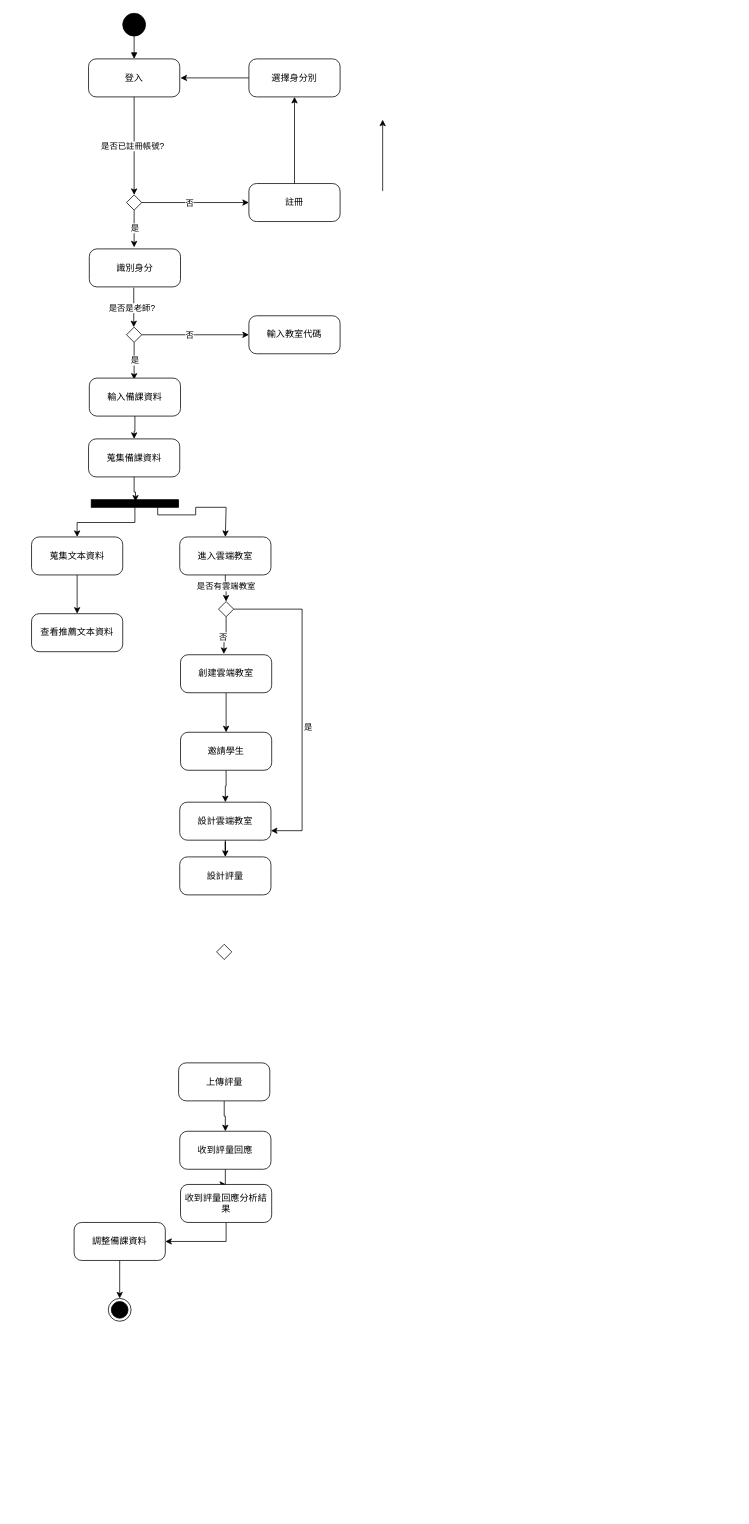
Before: 活動圖.drawio in Kevincheng0804/System-analysis, a draw.io diagram. Source tidied: cells renumbered, new cells numbered last; positions are measured from the earlier drawing's top-left corner, leaving out a move shared by most shapes. Both pictures are drawn from the tidied source at 76%, with x=0, y=0 at pixel (31, 13).
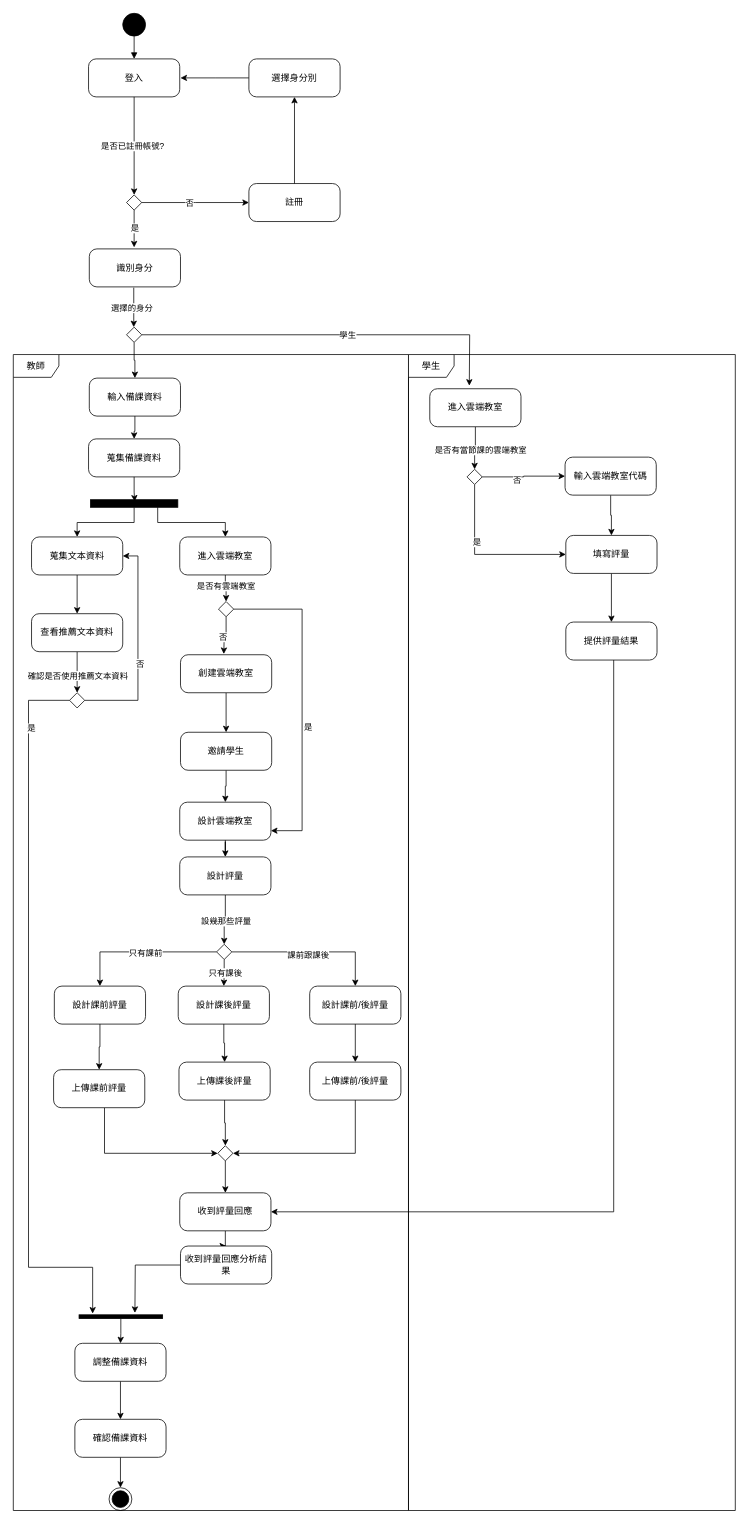
The same diagram, later.

Commit message:
更新活動圖.drawio

Unchanged cells that the change refers to:
```xml
<mxCell id="12" style="edgeStyle=orthogonalEdgeStyle;rounded=0;orthogonalLoop=1;jettySize=auto;html=1;endArrow=classic;endFill=1;exitX=0.5;exitY=1;exitDx=0;exitDy=0;" parent="1" edge="1">
  <mxGeometry relative="1" as="geometry">
    <mxPoint x="134.5" y="361" as="sourcePoint" />
    <mxPoint x="134.5" y="413" as="targetPoint" />
  </mxGeometry>
</mxCell>
<mxCell id="22" style="rhombus;" parent="1" vertex="1">
  <mxGeometry x="125" y="413" width="20" height="20" as="geometry" />
</mxCell>
<mxCell id="26" value="輸入備課資料" style="html=1;dashed=0;rounded=1;absoluteArcSize=1;arcSize=20;verticalAlign=middle;align=center;whiteSpace=wrap;" parent="1" vertex="1">
  <mxGeometry x="76" y="480" width="120" height="50" as="geometry" />
</mxCell>
<mxCell id="35" value="蒐集文本資料" style="html=1;dashed=0;rounded=1;absoluteArcSize=1;arcSize=20;verticalAlign=middle;align=center;whiteSpace=wrap;" parent="1" vertex="1">
  <mxGeometry y="689" width="120" height="50" as="geometry" />
</mxCell>
<mxCell id="38" value="進入雲端教室" style="html=1;dashed=0;rounded=1;absoluteArcSize=1;arcSize=20;verticalAlign=middle;align=center;whiteSpace=wrap;" parent="1" vertex="1">
  <mxGeometry x="195" y="689" width="120" height="50" as="geometry" />
</mxCell>
<mxCell id="57" value="查看推薦文本資料" style="html=1;dashed=0;rounded=1;absoluteArcSize=1;arcSize=20;verticalAlign=middle;align=center;whiteSpace=wrap;" parent="1" vertex="1">
  <mxGeometry y="790" width="120" height="50" as="geometry" />
</mxCell>
<mxCell id="60" value="設計評量" style="html=1;dashed=0;rounded=1;absoluteArcSize=1;arcSize=20;verticalAlign=middle;align=center;whiteSpace=wrap;" parent="1" vertex="1">
  <mxGeometry x="195" y="1110" width="120" height="50" as="geometry" />
</mxCell>
<mxCell id="61" style="rhombus;" parent="1" vertex="1">
  <mxGeometry x="243.5" y="1225" width="20" height="20" as="geometry" />
</mxCell>
```

Change to the diagram source:
```diff
@@
-    <mxCell id="9" style="edgeStyle=orthogonalEdgeStyle;rounded=0;orthogonalLoop=1;jettySize=auto;html=1;exitX=0.5;exitY=0;exitDx=0;exitDy=0;endArrow=classic;endFill=1;" parent="1" edge="1">
-      <mxGeometry relative="1" as="geometry">
-        <mxPoint x="462" y="234" as="sourcePoint" />
-        <mxPoint x="462" y="140" as="targetPoint" />
-      </mxGeometry>
-    </mxCell>
@@
-    <mxCell id="13" value="是否是老師?" style="edgeLabel;html=1;align=center;verticalAlign=middle;" parent="12" vertex="1">
+    <mxCell id="13" value="選擇的身分" style="edgeLabel;html=1;align=center;verticalAlign=middle;" parent="12" vertex="1">
       <mxGeometry relative="1" as="geometry">
         <mxPoint x="-3" as="offset" />
       </mxGeometry>
     </mxCell>
@@
-    <mxCell id="20" style="edgeStyle=orthogonalEdgeStyle;rounded=0;jettySize=auto;html=1;exitX=1;exitY=0.5;exitDx=0;exitDy=0;endArrow=classic;endFill=1;entryX=0;entryY=0.5;entryDx=0;entryDy=0;" parent="1" edge="1" source="22">
+    <mxCell id="20" style="edgeStyle=orthogonalEdgeStyle;rounded=0;jettySize=auto;html=1;exitX=1;exitY=0.5;exitDx=0;exitDy=0;endArrow=classic;endFill=1;" parent="1" edge="1" source="22">
       <mxGeometry relative="1" as="geometry">
-        <mxPoint x="286" y="423" as="targetPoint" />
+        <mxPoint x="576" y="490" as="targetPoint" />
       </mxGeometry>
     </mxCell>
-    <mxCell id="21" value="否" style="edgeLabel;html=1;align=center;verticalAlign=middle;" parent="20" vertex="1">
+    <mxCell id="21" value="學生" style="edgeLabel;html=1;align=center;verticalAlign=middle;" parent="20" vertex="1">
       <mxGeometry x="0.16" relative="1" as="geometry">
         <mxPoint x="-19" as="offset" />
       </mxGeometry>
     </mxCell>
+    <mxCell id="62" style="edgeStyle=orthogonalEdgeStyle;rounded=0;jettySize=auto;html=1;entryX=0.5;entryY=0;entryDx=0;entryDy=0;" parent="1" edge="1" source="22" target="26">
+      <mxGeometry relative="1" as="geometry" />
+    </mxCell>
@@
-    <mxCell id="23" style="edgeStyle=orthogonalEdgeStyle;rounded=0;jettySize=auto;html=1;exitX=0.5;exitY=1;exitDx=0;exitDy=0;endArrow=classic;endFill=1;" parent="1" edge="1" source="22">
-      <mxGeometry relative="1" as="geometry">
-        <mxPoint x="135" y="482" as="targetPoint" />
-      </mxGeometry>
-    </mxCell>
-    <mxCell id="24" value="是" style="edgeLabel;html=1;align=center;verticalAlign=middle;" parent="23" vertex="1">
-      <mxGeometry x="0.01" y="3" relative="1" as="geometry">
-        <mxPoint x="-3" y="-1" as="offset" />
-      </mxGeometry>
-    </mxCell>
@@
-    <mxCell id="28" style="edgeStyle=orthogonalEdgeStyle;rounded=0;jettySize=auto;html=1;" parent="1" edge="1" source="55" target="29">
-      <mxGeometry relative="1" as="geometry" />
-    </mxCell>
     <mxCell id="29" style="ellipse;html=1;shape=endState;fillColor=strokeColor;" parent="1" vertex="1">
-      <mxGeometry x="101" y="1691" width="30" height="30" as="geometry" />
+      <mxGeometry x="102" y="1940" width="30" height="30" as="geometry" />
     </mxCell>
+    <mxCell id="63" style="edgeStyle=orthogonalEdgeStyle;rounded=0;jettySize=auto;html=1;" parent="1" edge="1" source="30" target="109">
+      <mxGeometry relative="1" as="geometry" />
+    </mxCell>
+    <mxCell id="64" value="是否有當節課的雲端教室" style="edgeLabel;html=1;align=center;verticalAlign=middle;" parent="63" vertex="1">
+      <mxGeometry x="-0.02" y="6" relative="1" as="geometry">
+        <mxPoint x="6" y="-4" as="offset" />
+      </mxGeometry>
+    </mxCell>
-    <mxCell id="30" value="輸入教室代碼" style="html=1;dashed=0;rounded=1;absoluteArcSize=1;arcSize=20;verticalAlign=middle;align=center;whiteSpace=wrap;" parent="1" vertex="1">
-      <mxGeometry x="286" y="398" width="120" height="50" as="geometry" />
+    <mxCell id="30" value="進入雲端教室" style="html=1;dashed=0;rounded=1;absoluteArcSize=1;arcSize=20;verticalAlign=middle;align=center;whiteSpace=wrap;" parent="1" vertex="1">
+      <mxGeometry x="524" y="494" width="120" height="50" as="geometry" />
     </mxCell>
@@
     <mxCell id="32" style="edgeStyle=orthogonalEdgeStyle;rounded=0;jettySize=auto;html=1;entryX=0.5;entryY=0;entryDx=0;entryDy=0;" parent="1" edge="1" source="33" target="38">
       <mxGeometry relative="1" as="geometry">
         <Array as="points">
-          <mxPoint x="166" y="660" />
-          <mxPoint x="216" y="660" />
-          <mxPoint x="216" y="650" />
-          <mxPoint x="256" y="650" />
+          <mxPoint x="166" y="670" />
+          <mxPoint x="255" y="670" />
         </Array>
       </mxGeometry>
     </mxCell>
     <mxCell id="33" style="html=1;points=[];perimeter=orthogonalPerimeter;fillColor=strokeColor;" parent="1" vertex="1">
-      <mxGeometry x="78.5" y="640" width="115" height="10" as="geometry" />
+      <mxGeometry x="77.5" y="640" width="115" height="10" as="geometry" />
     </mxCell>
@@
-    <mxCell id="48" style="edgeStyle=orthogonalEdgeStyle;rounded=0;jettySize=auto;html=1;" parent="1" edge="1" source="49" target="52">
-      <mxGeometry relative="1" as="geometry" />
-    </mxCell>
+    <mxCell id="65" style="edgeStyle=orthogonalEdgeStyle;rounded=0;jettySize=auto;html=1;entryX=1;entryY=0.5;entryDx=0;entryDy=0;" parent="1" edge="1" source="49" target="89">
+      <mxGeometry relative="1" as="geometry">
+        <Array as="points">
+          <mxPoint x="426" y="1500" />
+        </Array>
+      </mxGeometry>
+    </mxCell>
-    <mxCell id="49" value="上傳評量" style="html=1;dashed=0;rounded=1;absoluteArcSize=1;arcSize=20;verticalAlign=middle;align=center;whiteSpace=wrap;" parent="1" vertex="1">
-      <mxGeometry x="193.5" y="1381" width="120" height="50" as="geometry" />
+    <mxCell id="49" value="上傳課前/後評量" style="html=1;dashed=0;rounded=1;absoluteArcSize=1;arcSize=20;verticalAlign=middle;align=center;whiteSpace=wrap;" parent="1" vertex="1">
+      <mxGeometry x="366" y="1380" width="120" height="50" as="geometry" />
     </mxCell>
@@
     <mxCell id="52" value="收到評量回應" style="html=1;dashed=0;rounded=1;absoluteArcSize=1;arcSize=20;verticalAlign=middle;align=center;whiteSpace=wrap;" parent="1" vertex="1">
-      <mxGeometry x="195" y="1471" width="120" height="50" as="geometry" />
+      <mxGeometry x="195" y="1552" width="120" height="50" as="geometry" />
     </mxCell>
-    <mxCell id="53" style="edgeStyle=orthogonalEdgeStyle;rounded=0;jettySize=auto;html=1;entryX=1;entryY=0.5;entryDx=0;entryDy=0;" parent="1" edge="1" source="54" target="55">
-      <mxGeometry relative="1" as="geometry">
-        <Array as="points">
-          <mxPoint x="256" y="1616" />
-        </Array>
-      </mxGeometry>
-    </mxCell>
+    <mxCell id="66" style="edgeStyle=orthogonalEdgeStyle;rounded=0;jettySize=auto;html=1;" parent="1" edge="1" source="54">
+      <mxGeometry relative="1" as="geometry">
+        <mxPoint x="136" y="1710" as="targetPoint" />
+      </mxGeometry>
+    </mxCell>
     <mxCell id="54" value="收到評量回應分析結果" style="html=1;dashed=0;rounded=1;absoluteArcSize=1;arcSize=20;verticalAlign=middle;align=center;whiteSpace=wrap;" parent="1" vertex="1">
-      <mxGeometry x="196" y="1541" width="120" height="50" as="geometry" />
+      <mxGeometry x="196" y="1622" width="120" height="50" as="geometry" />
     </mxCell>
+    <mxCell id="67" style="edgeStyle=orthogonalEdgeStyle;rounded=0;jettySize=auto;html=1;" parent="1" edge="1" source="55" target="111">
+      <mxGeometry relative="1" as="geometry" />
+    </mxCell>
     <mxCell id="55" value="調整備課資料" style="html=1;dashed=0;rounded=1;absoluteArcSize=1;arcSize=20;verticalAlign=middle;align=center;whiteSpace=wrap;" parent="1" vertex="1">
-      <mxGeometry x="56" y="1591" width="120" height="50" as="geometry" />
+      <mxGeometry x="57" y="1750" width="120" height="50" as="geometry" />
     </mxCell>
@@
+    <mxCell id="68" style="edgeStyle=orthogonalEdgeStyle;rounded=0;jettySize=auto;html=1;" parent="1" edge="1" source="57" target="92">
+      <mxGeometry relative="1" as="geometry" />
+    </mxCell>
+    <mxCell id="69" value="確認是否使用推薦文本資料" style="edgeLabel;html=1;align=center;verticalAlign=middle;" parent="68" vertex="1">
+      <mxGeometry x="0.14" relative="1" as="geometry" />
+    </mxCell>
@@
+    <mxCell id="70" style="edgeStyle=orthogonalEdgeStyle;rounded=0;jettySize=auto;html=1;" parent="1" edge="1" source="60" target="61">
+      <mxGeometry relative="1" as="geometry" />
+    </mxCell>
+    <mxCell id="71" value="設幾那些評量" style="edgeLabel;html=1;align=center;verticalAlign=middle;" parent="70" vertex="1">
+      <mxGeometry x="0.12" y="2" relative="1" as="geometry">
+        <mxPoint y="-1" as="offset" />
+      </mxGeometry>
+    </mxCell>
@@
+    <mxCell id="72" style="edgeStyle=orthogonalEdgeStyle;rounded=0;jettySize=auto;html=1;entryX=0.5;entryY=0;entryDx=0;entryDy=0;" parent="1" edge="1" source="61" target="79">
+      <mxGeometry relative="1" as="geometry" />
+    </mxCell>
+    <mxCell id="73" value="只有課前" style="edgeLabel;html=1;align=center;verticalAlign=middle;" parent="72" vertex="1">
+      <mxGeometry x="-0.05" y="1" relative="1" as="geometry" />
+    </mxCell>
+    <mxCell id="74" style="edgeStyle=orthogonalEdgeStyle;rounded=0;jettySize=auto;html=1;" parent="1" edge="1" source="61" target="81">
+      <mxGeometry relative="1" as="geometry" />
+    </mxCell>
+    <mxCell id="75" value="只有課後" style="edgeLabel;html=1;align=center;verticalAlign=middle;" parent="74" vertex="1">
+      <mxGeometry x="0.15" y="-3" relative="1" as="geometry">
+        <mxPoint x="1" as="offset" />
+      </mxGeometry>
+    </mxCell>
+    <mxCell id="76" style="edgeStyle=orthogonalEdgeStyle;rounded=0;jettySize=auto;html=1;entryX=0.5;entryY=0;entryDx=0;entryDy=0;" parent="1" edge="1" source="61" target="83">
+      <mxGeometry relative="1" as="geometry" />
+    </mxCell>
+    <mxCell id="77" value="課前跟課後" style="edgeLabel;html=1;align=center;verticalAlign=middle;" parent="76" vertex="1">
+      <mxGeometry x="-0.04" y="-3" relative="1" as="geometry" />
+    </mxCell>
@@
+    <mxCell id="78" style="edgeStyle=orthogonalEdgeStyle;rounded=0;jettySize=auto;html=1;" parent="1" edge="1" source="79" target="85">
+      <mxGeometry relative="1" as="geometry" />
+    </mxCell>
+    <mxCell id="79" value="設計課前評量" style="html=1;dashed=0;rounded=1;absoluteArcSize=1;arcSize=20;verticalAlign=middle;align=center;whiteSpace=wrap;" parent="1" vertex="1">
+      <mxGeometry x="30" y="1280" width="120" height="50" as="geometry" />
+    </mxCell>
+    <mxCell id="80" style="edgeStyle=orthogonalEdgeStyle;rounded=0;jettySize=auto;html=1;" parent="1" edge="1" source="81" target="87">
+      <mxGeometry relative="1" as="geometry" />
+    </mxCell>
+    <mxCell id="81" value="設計課後評量" style="html=1;dashed=0;rounded=1;absoluteArcSize=1;arcSize=20;verticalAlign=middle;align=center;whiteSpace=wrap;" parent="1" vertex="1">
+      <mxGeometry x="193" y="1280" width="120" height="50" as="geometry" />
+    </mxCell>
+    <mxCell id="82" style="edgeStyle=orthogonalEdgeStyle;rounded=0;jettySize=auto;html=1;" parent="1" edge="1" source="83" target="49">
+      <mxGeometry relative="1" as="geometry" />
+    </mxCell>
+    <mxCell id="83" value="設計課前/後評量" style="html=1;dashed=0;rounded=1;absoluteArcSize=1;arcSize=20;verticalAlign=middle;align=center;whiteSpace=wrap;" parent="1" vertex="1">
+      <mxGeometry x="366" y="1280" width="120" height="50" as="geometry" />
+    </mxCell>
+    <mxCell id="84" style="edgeStyle=orthogonalEdgeStyle;rounded=0;jettySize=auto;html=1;entryX=0;entryY=0.5;entryDx=0;entryDy=0;" parent="1" edge="1" source="85" target="89">
+      <mxGeometry relative="1" as="geometry">
+        <Array as="points">
+          <mxPoint x="96" y="1500" />
+        </Array>
+      </mxGeometry>
+    </mxCell>
+    <mxCell id="85" value="上傳課前評量" style="html=1;dashed=0;rounded=1;absoluteArcSize=1;arcSize=20;verticalAlign=middle;align=center;whiteSpace=wrap;" parent="1" vertex="1">
+      <mxGeometry x="29" y="1390" width="120" height="50" as="geometry" />
+    </mxCell>
+    <mxCell id="86" style="edgeStyle=orthogonalEdgeStyle;rounded=0;jettySize=auto;html=1;" parent="1" edge="1" source="87" target="89">
+      <mxGeometry relative="1" as="geometry" />
+    </mxCell>
+    <mxCell id="87" value="上傳課後評量" style="html=1;dashed=0;rounded=1;absoluteArcSize=1;arcSize=20;verticalAlign=middle;align=center;whiteSpace=wrap;" parent="1" vertex="1">
+      <mxGeometry x="194" y="1380" width="120" height="50" as="geometry" />
+    </mxCell>
+    <mxCell id="88" style="edgeStyle=orthogonalEdgeStyle;rounded=0;jettySize=auto;html=1;" parent="1" edge="1" source="89" target="52">
+      <mxGeometry relative="1" as="geometry" />
+    </mxCell>
+    <mxCell id="89" style="rhombus;" parent="1" vertex="1">
+      <mxGeometry x="245" y="1490" width="20" height="20" as="geometry" />
+    </mxCell>
+    <mxCell id="90" style="edgeStyle=orthogonalEdgeStyle;rounded=0;jettySize=auto;html=1;entryX=1;entryY=0.5;entryDx=0;entryDy=0;" parent="1" edge="1" source="92" target="35">
+      <mxGeometry relative="1" as="geometry">
+        <Array as="points">
+          <mxPoint x="140" y="904" />
+          <mxPoint x="140" y="714" />
+        </Array>
+      </mxGeometry>
+    </mxCell>
+    <mxCell id="91" value="否" style="edgeLabel;html=1;align=center;verticalAlign=middle;" parent="90" vertex="1">
+      <mxGeometry x="-0.15" y="-2" relative="1" as="geometry" />
+    </mxCell>
+    <mxCell id="92" style="rhombus;" parent="1" vertex="1">
+      <mxGeometry x="50" y="894" width="20" height="20" as="geometry" />
+    </mxCell>
+    <mxCell id="93" style="edgeStyle=orthogonalEdgeStyle;rounded=0;jettySize=auto;html=1;" parent="1" edge="1" source="94" target="55">
+      <mxGeometry relative="1" as="geometry" />
+    </mxCell>
+    <mxCell id="94" style="html=1;points=[];perimeter=orthogonalPerimeter;fillColor=strokeColor;rotation=-90;" parent="1" vertex="1">
+      <mxGeometry x="115" y="1660" width="5" height="110" as="geometry" />
+    </mxCell>
+    <mxCell id="95" style="edgeStyle=orthogonalEdgeStyle;rounded=0;jettySize=auto;html=1;entryX=1.324;entryY=0.163;entryDx=0;entryDy=0;entryPerimeter=0;" parent="1" edge="1" source="92" target="94">
+      <mxGeometry relative="1" as="geometry">
+        <Array as="points">
+          <mxPoint x="-4" y="904" />
+          <mxPoint x="-4" y="1650" />
+          <mxPoint x="80" y="1650" />
+        </Array>
+      </mxGeometry>
+    </mxCell>
+    <mxCell id="96" value="是" style="edgeLabel;html=1;align=center;verticalAlign=middle;" parent="95" vertex="1">
+      <mxGeometry x="-0.81" y="3" relative="1" as="geometry" />
+    </mxCell>
+    <mxCell id="97" style="edgeStyle=orthogonalEdgeStyle;rounded=0;jettySize=auto;html=1;" parent="1" edge="1" source="98" target="100">
+      <mxGeometry relative="1" as="geometry" />
+    </mxCell>
+    <mxCell id="98" value="填寫評量" style="html=1;dashed=0;rounded=1;absoluteArcSize=1;arcSize=20;verticalAlign=middle;align=center;whiteSpace=wrap;" parent="1" vertex="1">
+      <mxGeometry x="703" y="687" width="120" height="50" as="geometry" />
+    </mxCell>
+    <mxCell id="99" style="edgeStyle=orthogonalEdgeStyle;rounded=0;jettySize=auto;html=1;entryX=1;entryY=0.5;entryDx=0;entryDy=0;" parent="1" edge="1" source="100" target="52">
+      <mxGeometry relative="1" as="geometry">
+        <Array as="points">
+          <mxPoint x="766" y="1577" />
+        </Array>
+      </mxGeometry>
+    </mxCell>
+    <mxCell id="100" value="提供評量結果" style="html=1;dashed=0;rounded=1;absoluteArcSize=1;arcSize=20;verticalAlign=middle;align=center;whiteSpace=wrap;" parent="1" vertex="1">
+      <mxGeometry x="703" y="801" width="120" height="50" as="geometry" />
+    </mxCell>
+    <mxCell id="101" value="教師" style="shape=umlFrame;whiteSpace=wrap;html=1;" parent="1" vertex="1">
+      <mxGeometry x="-24" y="449" width="520" height="1521" as="geometry" />
+    </mxCell>
+    <mxCell id="102" value="學生" style="shape=umlFrame;whiteSpace=wrap;html=1;" parent="1" vertex="1">
+      <mxGeometry x="496" y="449" width="430" height="1521" as="geometry" />
+    </mxCell>
+    <mxCell id="103" style="edgeStyle=orthogonalEdgeStyle;rounded=0;jettySize=auto;html=1;entryX=0.5;entryY=0;entryDx=0;entryDy=0;" parent="1" edge="1" source="104" target="98">
+      <mxGeometry relative="1" as="geometry" />
+    </mxCell>
+    <mxCell id="104" value="輸入雲端教室代碼" style="html=1;dashed=0;rounded=1;absoluteArcSize=1;arcSize=20;verticalAlign=middle;align=center;whiteSpace=wrap;" parent="1" vertex="1">
+      <mxGeometry x="702" y="584" width="120" height="50" as="geometry" />
+    </mxCell>
+    <mxCell id="105" style="edgeStyle=orthogonalEdgeStyle;rounded=0;jettySize=auto;html=1;entryX=0;entryY=0.5;entryDx=0;entryDy=0;" parent="1" edge="1" source="109" target="104">
+      <mxGeometry relative="1" as="geometry" />
+    </mxCell>
+    <mxCell id="106" value="否" style="edgeLabel;html=1;align=center;verticalAlign=middle;" parent="105" vertex="1">
+      <mxGeometry x="-0.19" y="-4" relative="1" as="geometry" />
+    </mxCell>
+    <mxCell id="107" style="edgeStyle=orthogonalEdgeStyle;rounded=0;jettySize=auto;html=1;entryX=0;entryY=0.5;entryDx=0;entryDy=0;" parent="1" edge="1" source="109" target="98">
+      <mxGeometry relative="1" as="geometry">
+        <Array as="points">
+          <mxPoint x="583" y="712" />
+        </Array>
+      </mxGeometry>
+    </mxCell>
+    <mxCell id="108" value="是" style="edgeLabel;html=1;align=center;verticalAlign=middle;" parent="107" vertex="1">
+      <mxGeometry x="-0.29" y="2" relative="1" as="geometry" />
+    </mxCell>
+    <mxCell id="109" style="rhombus;" parent="1" vertex="1">
+      <mxGeometry x="573" y="600" width="20" height="20" as="geometry" />
+    </mxCell>
+    <mxCell id="110" style="edgeStyle=orthogonalEdgeStyle;rounded=0;jettySize=auto;html=1;entryX=0.5;entryY=0;entryDx=0;entryDy=0;" parent="1" edge="1" source="111" target="29">
+      <mxGeometry relative="1" as="geometry" />
+    </mxCell>
+    <mxCell id="111" value="確認備課資料" style="html=1;dashed=0;rounded=1;absoluteArcSize=1;arcSize=20;verticalAlign=middle;align=center;whiteSpace=wrap;" parent="1" vertex="1">
+      <mxGeometry x="57" y="1850" width="120" height="50" as="geometry" />
+    </mxCell>
```
